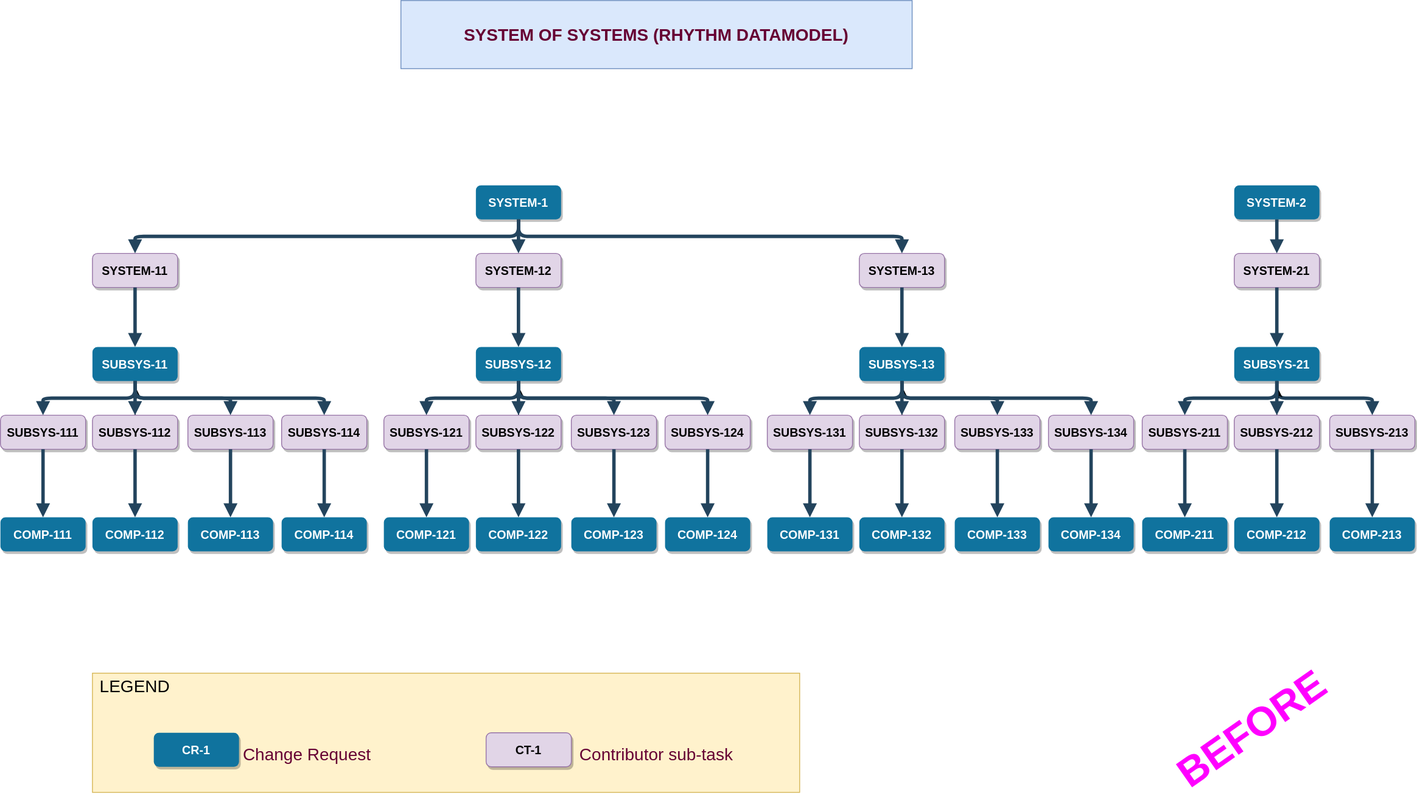
alaindelanay/drawings keeps this draw.io diagram as SOS_Rhythm_Contributions.svg. Above is the earlier version. Source tidied: cells renumbered, new cells last; positions are measured from the earlier drawing's top-left corner, leaving out a move shared by most shapes.
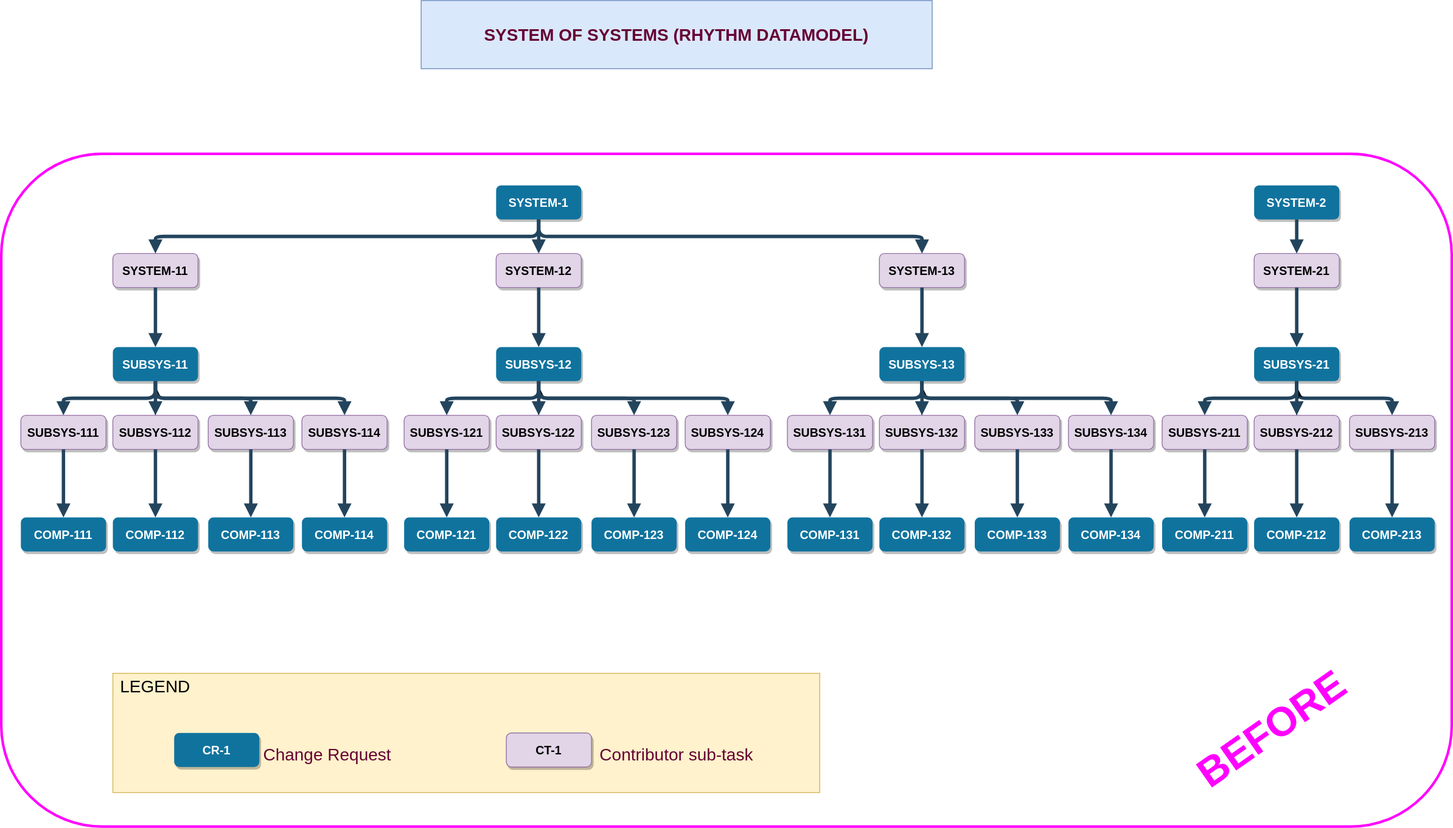
After the commit.

The edit, as a diff of the source:
```diff
@@ -294,5 +294,8 @@
     <mxCell id="91" value="BEFORE&lt;br&gt;" style="text;html=1;strokeColor=none;fillColor=none;align=center;verticalAlign=middle;whiteSpace=wrap;rounded=0;rotation=-35;fontSize=48;fontStyle=1;fontColor=#FF00FF;" parent="1" vertex="1">
       <mxGeometry x="1370" y="840" width="197.2" height="30" as="geometry" />
     </mxCell>
+    <mxCell id="92" style="rounded=1;whiteSpace=wrap;html=1;fillColor=none;strokeColor=#FF00FF;strokeWidth=3;perimeterSpacing=3;" parent="1" vertex="1">
+      <mxGeometry x="-23" y="180" width="1703" height="790" as="geometry" />
+    </mxCell>
   </root>
 </mxGraphModel>
```
